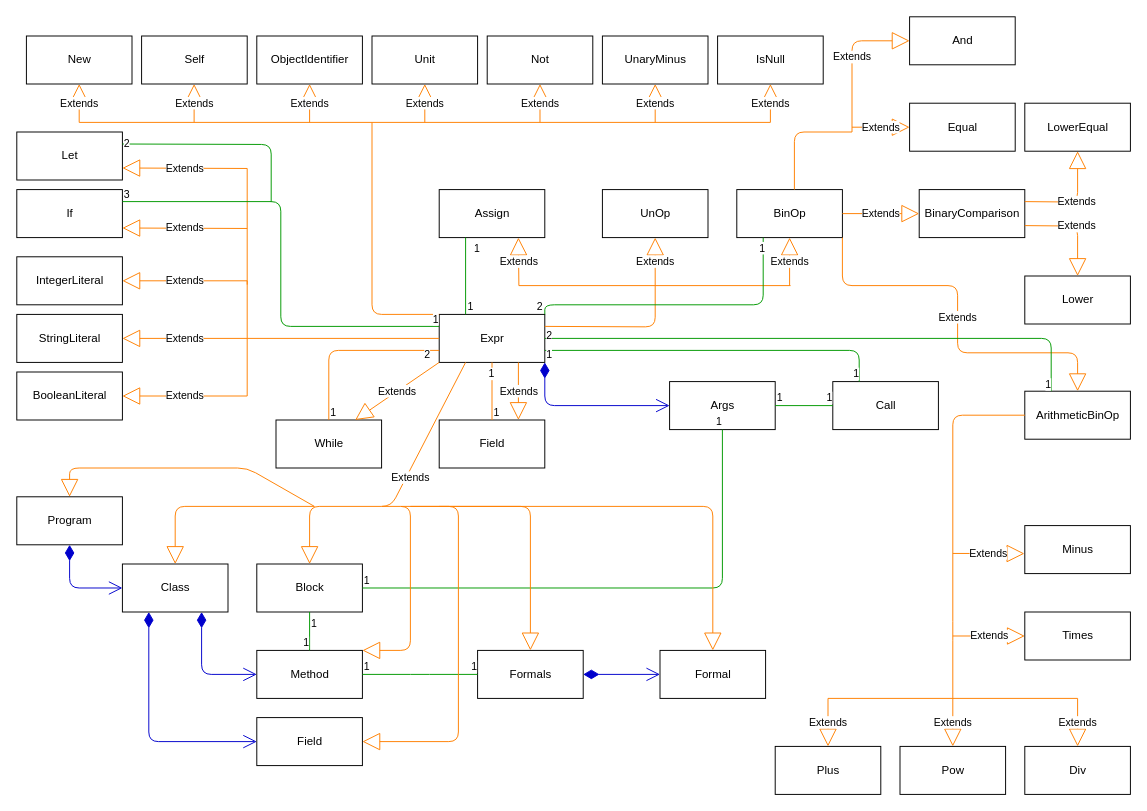
OlivierJoris/VSOP-compiler keeps this draw.io diagram as report/uml.drawio. Above is the earlier version. Source tidied: cells renumbered, new cells numbered last; positions are measured from the earlier drawing's top-left corner, leaving out a move shared by most shapes. Both pictures are drawn from the tidied source at 96%, with x=0, y=0 at pixel (16, 16).
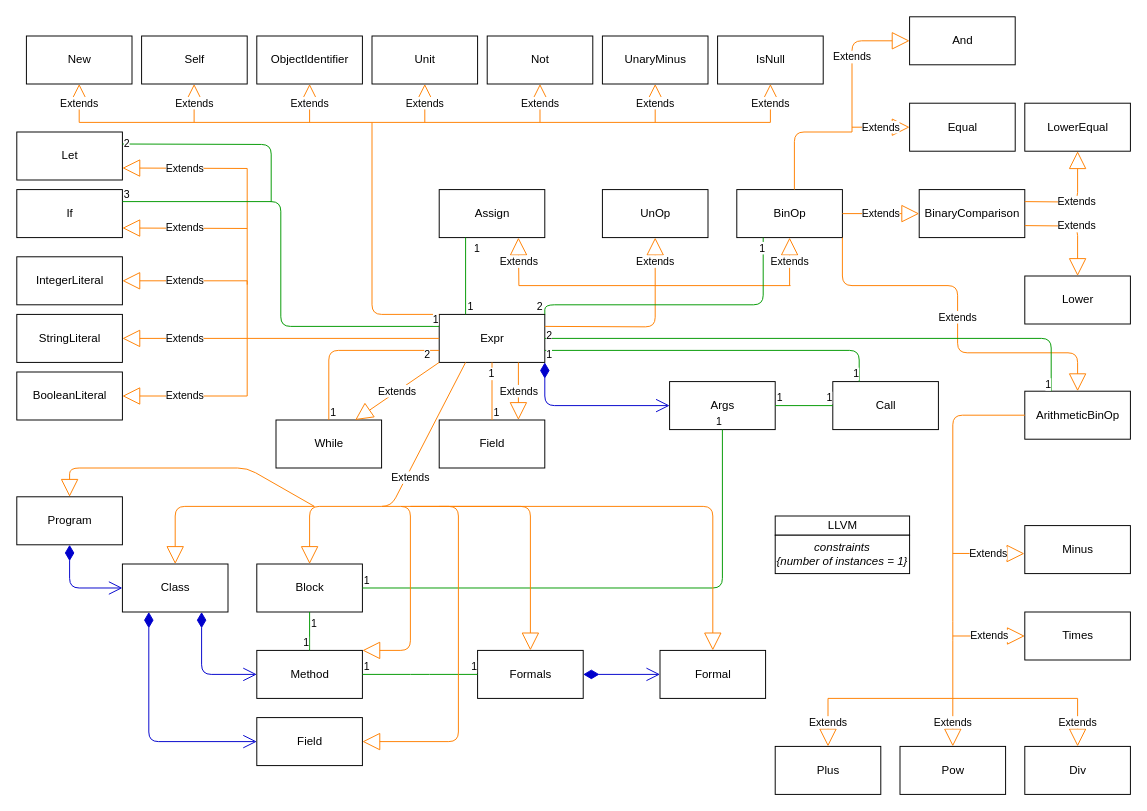
The same page after the edit.

Change to the diagram source:
```diff
@@
+    <mxCell id="125" value="LLVM" style="html=1;" parent="1" vertex="1">
+      <mxGeometry x="790" y="520" width="140" height="20" as="geometry" />
+    </mxCell>
+    <mxCell id="126" value="&lt;i&gt;constraints&lt;br&gt;{number of instances = 1}&lt;br&gt;&lt;/i&gt;" style="rounded=0;whiteSpace=wrap;html=1;" parent="1" vertex="1">
+      <mxGeometry x="790" y="540" width="140" height="40" as="geometry" />
+    </mxCell>
```
